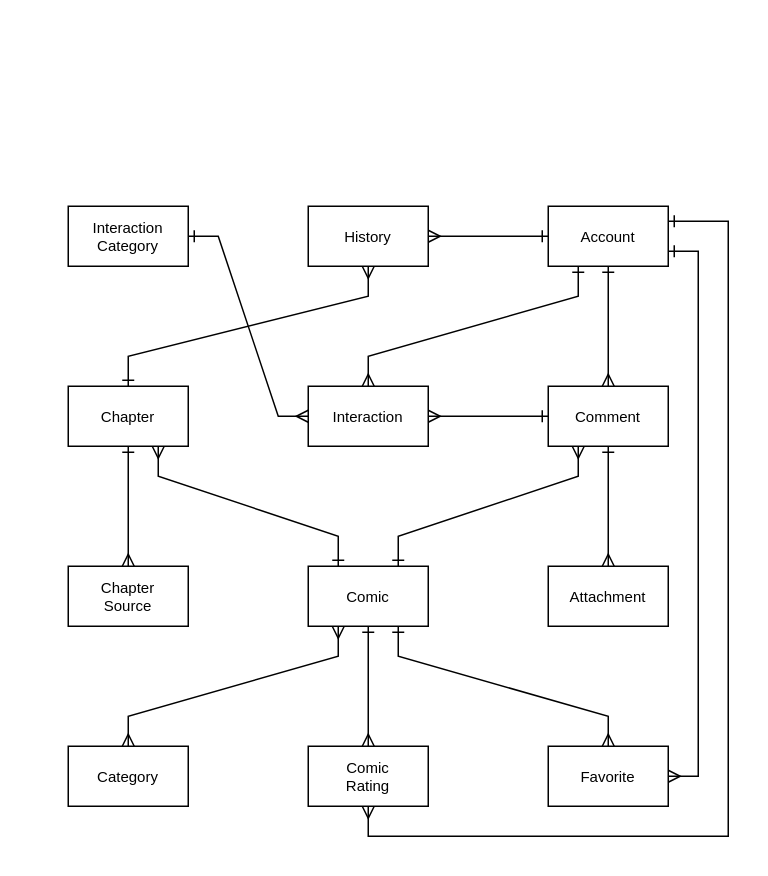
Above: page "Concept" (1 of 2) of OnComics.Scripts/OnComics-ERD-Diagram.drawio in hiepquoc0607/OnComics (draw.io), before the change. Source tidied: cells renumbered, new cells numbered last; positions are measured from the earlier drawing's top-left corner, leaving out a move shared by most shapes. Both pictures are drawn from the tidied source at 150%, with x=0, y=0 at pixel (68, 206).
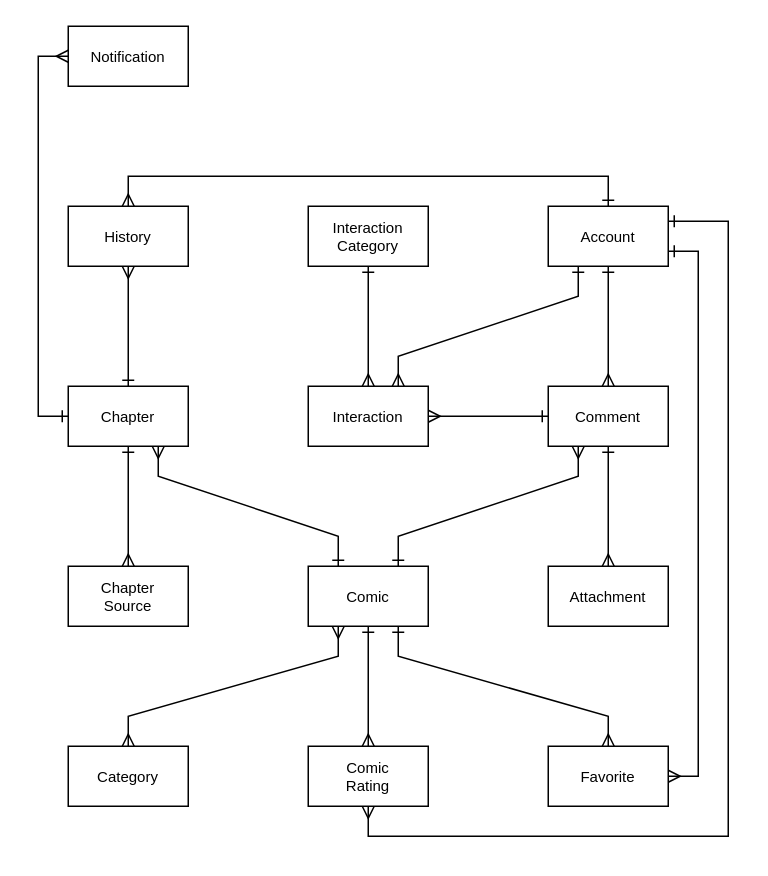
The same page after the edit.

Unchanged cells that the change refers to:
```xml
<mxCell id="2" value="Account" style="rounded=0;whiteSpace=wrap;html=1;fontSize=10;" parent="1" vertex="1">
  <mxGeometry x="320" width="80" height="40" as="geometry" />
</mxCell>
<mxCell id="5" value="Interaction" style="rounded=0;whiteSpace=wrap;html=1;fontSize=10;" parent="1" vertex="1">
  <mxGeometry x="160" y="120" width="80" height="40" as="geometry" />
</mxCell>
<mxCell id="10" value="Chapter" style="rounded=0;whiteSpace=wrap;html=1;fontSize=10;" parent="1" vertex="1">
  <mxGeometry y="120" width="80" height="40" as="geometry" />
</mxCell>
```

The edit, as a diff of the source:
```diff
@@
     <mxCell id="8" value="Interaction&lt;br&gt;Category" style="rounded=0;whiteSpace=wrap;html=1;fontSize=10;" parent="1" vertex="1">
-      <mxGeometry width="80" height="40" as="geometry" />
+      <mxGeometry x="160" width="80" height="40" as="geometry" />
     </mxCell>
     <mxCell id="9" value="History" style="rounded=0;whiteSpace=wrap;html=1;fontSize=10;" parent="1" vertex="1">
-      <mxGeometry x="160" width="80" height="40" as="geometry" />
+      <mxGeometry width="80" height="40" as="geometry" />
     </mxCell>
@@
-    <mxCell id="14" style="endArrow=ERmany;html=1;rounded=0;startArrow=ERone;startFill=0;endFill=0;entryX=1;entryY=0.5;entryDx=0;entryDy=0;exitX=0;exitY=0.5;exitDx=0;exitDy=0;" parent="1" edge="1" source="2" target="9">
-      <mxGeometry relative="1" as="geometry" />
+    <mxCell id="14" style="endArrow=ERmany;html=1;rounded=0;startArrow=ERone;startFill=0;endFill=0;entryX=0.5;entryY=0;entryDx=0;entryDy=0;exitX=0.5;exitY=0;exitDx=0;exitDy=0;edgeStyle=orthogonalEdgeStyle;" parent="1" edge="1" source="2" target="9">
+      <mxGeometry relative="1" as="geometry">
+        <Array as="points">
+          <mxPoint x="360" y="-20" />
+          <mxPoint x="40" y="-20" />
+        </Array>
+      </mxGeometry>
     </mxCell>
@@
-    <mxCell id="17" style="endArrow=ERmany;html=1;rounded=0;startArrow=ERone;startFill=0;endFill=0;entryX=0;entryY=0.5;entryDx=0;entryDy=0;exitX=1;exitY=0.5;exitDx=0;exitDy=0;" parent="1" edge="1" source="8" target="5">
-      <mxGeometry relative="1" as="geometry">
-        <Array as="points">
-          <mxPoint x="100" y="20" />
-          <mxPoint x="140" y="140" />
-        </Array>
-      </mxGeometry>
+    <mxCell id="17" style="endArrow=ERmany;html=1;rounded=0;startArrow=ERone;startFill=0;endFill=0;entryX=0.5;entryY=0;entryDx=0;entryDy=0;exitX=0.5;exitY=1;exitDx=0;exitDy=0;" parent="1" edge="1" source="8" target="5">
+      <mxGeometry relative="1" as="geometry" />
     </mxCell>
@@
     <mxCell id="19" style="endArrow=ERmany;html=1;rounded=0;startArrow=ERone;startFill=0;endFill=0;exitX=0.5;exitY=0;exitDx=0;exitDy=0;entryX=0.5;entryY=1;entryDx=0;entryDy=0;" parent="1" edge="1" source="10" target="9">
-      <mxGeometry relative="1" as="geometry">
-        <Array as="points">
-          <mxPoint x="40" y="100" />
-          <mxPoint x="200" y="60" />
-        </Array>
-      </mxGeometry>
+      <mxGeometry relative="1" as="geometry" />
     </mxCell>
@@
-    <mxCell id="21" style="endArrow=ERmany;html=1;rounded=0;startArrow=ERone;startFill=0;endFill=0;exitX=0.25;exitY=1;exitDx=0;exitDy=0;entryX=0.5;entryY=0;entryDx=0;entryDy=0;" parent="1" edge="1" source="2" target="5">
+    <mxCell id="21" style="endArrow=ERmany;html=1;rounded=0;startArrow=ERone;startFill=0;endFill=0;exitX=0.25;exitY=1;exitDx=0;exitDy=0;entryX=0.75;entryY=0;entryDx=0;entryDy=0;" parent="1" edge="1" source="2" target="5">
       <mxGeometry relative="1" as="geometry">
         <Array as="points">
           <mxPoint x="340" y="60" />
-          <mxPoint x="200" y="100" />
+          <mxPoint x="220" y="100" />
         </Array>
       </mxGeometry>
     </mxCell>
@@
+    <mxCell id="29" value="Notification" style="rounded=0;whiteSpace=wrap;html=1;fontSize=10;" parent="1" vertex="1">
+      <mxGeometry y="-120" width="80" height="40" as="geometry" />
+    </mxCell>
+    <mxCell id="30" style="endArrow=ERmany;html=1;rounded=0;startArrow=ERone;startFill=0;endFill=0;exitX=0;exitY=0.5;exitDx=0;exitDy=0;entryX=0;entryY=0.5;entryDx=0;entryDy=0;edgeStyle=orthogonalEdgeStyle;" parent="1" edge="1" source="10" target="29">
+      <mxGeometry relative="1" as="geometry">
+        <Array as="points">
+          <mxPoint x="-20" y="140" />
+          <mxPoint x="-20" y="-100" />
+        </Array>
+      </mxGeometry>
+    </mxCell>
```
